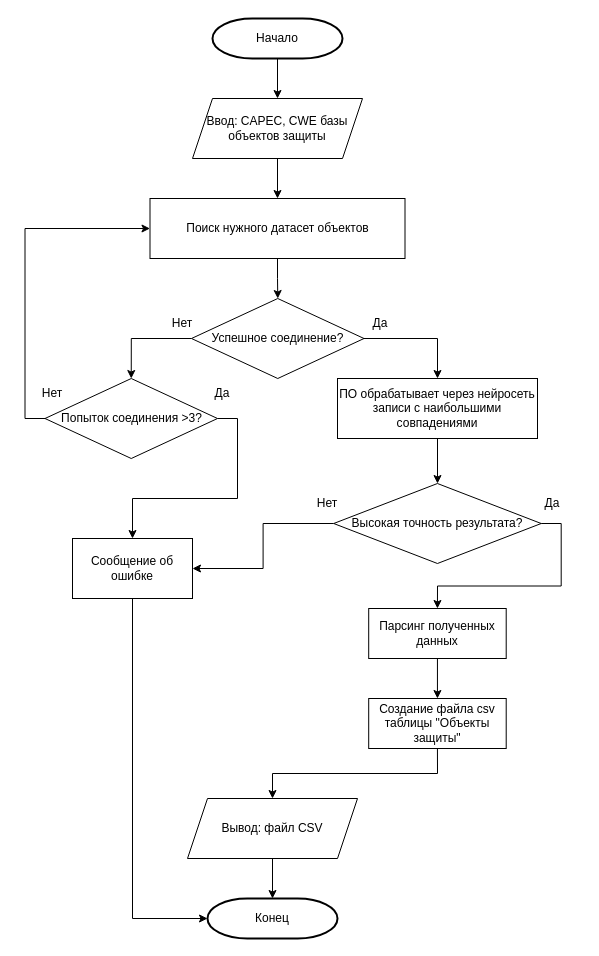
SmirnovBogdan8/Diplom keeps this draw.io diagram as Algorithm_OPZ/(2. ЧП) 1. Алгоритм Генерация объектов защиты.drawio. Above is the earlier version. Source tidied: cells renumbered, new cells numbered last; positions are measured from the earlier drawing's top-left corner, leaving out a move shared by most shapes. Both pictures are drawn from the tidied source at 100%, with x=0, y=0 at pixel (22, 18).
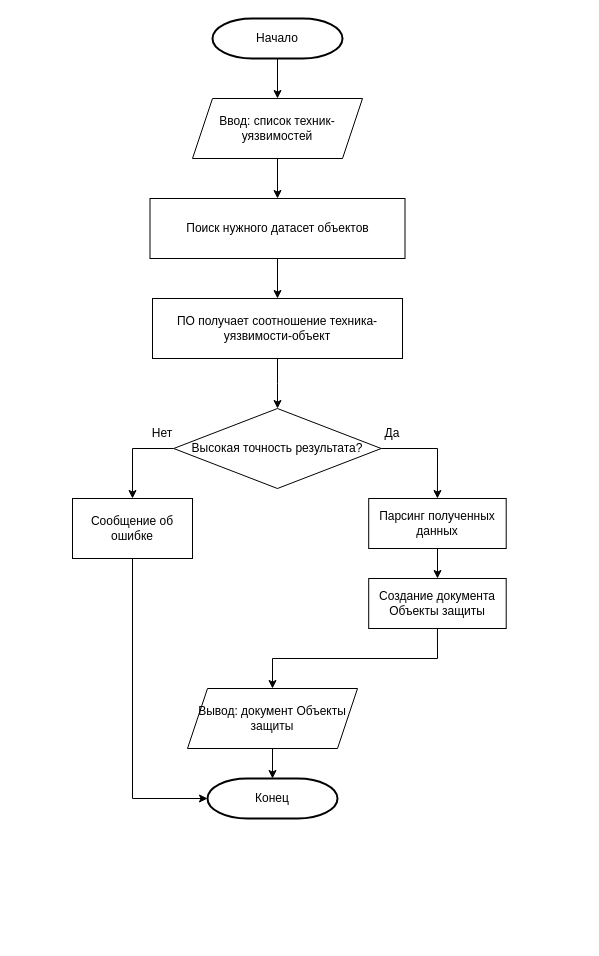
The same page after the edit.

Unchanged cells that the change refers to:
```xml
<mxCell id="8" value="Поиск нужного датасет объектов" style="rounded=0;whiteSpace=wrap;html=1;" parent="1" vertex="1">
  <mxGeometry x="127.5" y="180" width="255" height="60" as="geometry" />
</mxCell>
```

Change to the diagram source:
```diff
@@
     <mxCell id="4" value="Конец" style="strokeWidth=2;html=1;shape=mxgraph.flowchart.terminator;whiteSpace=wrap;" parent="1" vertex="1">
-      <mxGeometry x="185" y="880" width="130" height="40" as="geometry" />
+      <mxGeometry x="185" y="760" width="130" height="40" as="geometry" />
     </mxCell>
@@
-    <mxCell id="6" value="Ввод: CAPEC, CWE базы объектов защиты" style="shape=parallelogram;perimeter=parallelogramPerimeter;whiteSpace=wrap;html=1;fixedSize=1;" parent="1" vertex="1">
+    <mxCell id="6" value="Ввод: список техник-уязвимостей" style="shape=parallelogram;perimeter=parallelogramPerimeter;whiteSpace=wrap;html=1;fixedSize=1;" parent="1" vertex="1">
       <mxGeometry x="170" y="80" width="170" height="60" as="geometry" />
     </mxCell>
-    <mxCell id="7" style="edgeStyle=orthogonalEdgeStyle;rounded=0;jettySize=auto;html=1;" parent="1" edge="1" source="8" target="11">
-      <mxGeometry relative="1" as="geometry" />
-    </mxCell>
@@
-    <mxCell id="9" style="edgeStyle=orthogonalEdgeStyle;rounded=0;jettySize=auto;html=1;exitX=0;exitY=0.5;exitDx=0;exitDy=0;entryX=0.5;entryY=0;entryDx=0;entryDy=0;" parent="1" edge="1" source="11" target="14">
-      <mxGeometry relative="1" as="geometry" />
-    </mxCell>
-    <mxCell id="10" style="edgeStyle=orthogonalEdgeStyle;rounded=0;jettySize=auto;html=1;exitX=1;exitY=0.5;exitDx=0;exitDy=0;entryX=0.5;entryY=0;entryDx=0;entryDy=0;" parent="1" edge="1" source="11" target="18">
+    <mxCell id="10" style="edgeStyle=orthogonalEdgeStyle;rounded=0;jettySize=auto;html=1;exitX=0.5;exitY=1;exitDx=0;exitDy=0;entryX=0.5;entryY=0;entryDx=0;entryDy=0;" parent="1" edge="1" source="8" target="18">
       <mxGeometry relative="1" as="geometry" />
     </mxCell>
-    <mxCell id="11" value="Успешное соединение?" style="rhombus;whiteSpace=wrap;html=1;" parent="1" vertex="1">
-      <mxGeometry x="169" y="280" width="172.5" height="80" as="geometry" />
-    </mxCell>
-    <mxCell id="12" style="edgeStyle=orthogonalEdgeStyle;rounded=0;jettySize=auto;html=1;exitX=1;exitY=0.5;exitDx=0;exitDy=0;entryX=0.5;entryY=0;entryDx=0;entryDy=0;" parent="1" edge="1" source="14" target="15">
-      <mxGeometry relative="1" as="geometry" />
-    </mxCell>
-    <mxCell id="13" style="edgeStyle=orthogonalEdgeStyle;rounded=0;jettySize=auto;html=1;exitX=0;exitY=0.5;exitDx=0;exitDy=0;entryX=0;entryY=0.5;entryDx=0;entryDy=0;" parent="1" edge="1" source="14" target="8">
-      <mxGeometry relative="1" as="geometry" />
-    </mxCell>
-    <mxCell id="14" value="Попыток соединения &amp;gt;3?" style="rhombus;whiteSpace=wrap;html=1;" parent="1" vertex="1">
-      <mxGeometry x="22.5" y="360" width="172.5" height="80" as="geometry" />
-    </mxCell>
     <mxCell id="15" value="Сообщение об ошибке" style="rounded=0;whiteSpace=wrap;html=1;" parent="1" vertex="1">
-      <mxGeometry x="50" y="520" width="120" height="60" as="geometry" />
+      <mxGeometry x="50" y="480" width="120" height="60" as="geometry" />
     </mxCell>
@@
-    <mxCell id="18" value="ПО обрабатывает через нейросеть записи с наибольшими совпадениями" style="rounded=0;whiteSpace=wrap;html=1;" parent="1" vertex="1">
-      <mxGeometry x="315" y="360" width="200" height="60" as="geometry" />
+    <mxCell id="18" value="ПО получает соотношение техника-уязвимости-объект" style="rounded=0;whiteSpace=wrap;html=1;" parent="1" vertex="1">
+      <mxGeometry x="130" y="280" width="250" height="60" as="geometry" />
     </mxCell>
-    <mxCell id="19" style="edgeStyle=orthogonalEdgeStyle;rounded=0;jettySize=auto;html=1;exitX=0;exitY=0.5;exitDx=0;exitDy=0;entryX=1;entryY=0.5;entryDx=0;entryDy=0;" parent="1" edge="1" source="21" target="15">
+    <mxCell id="19" style="edgeStyle=orthogonalEdgeStyle;rounded=0;jettySize=auto;html=1;exitX=0;exitY=0.5;exitDx=0;exitDy=0;entryX=0.5;entryY=0;entryDx=0;entryDy=0;" parent="1" edge="1" source="21" target="15">
       <mxGeometry relative="1" as="geometry" />
     </mxCell>
@@
     <mxCell id="21" value="Высокая точность результата?" style="rhombus;whiteSpace=wrap;html=1;" parent="1" vertex="1">
-      <mxGeometry x="311.2" y="465" width="207.5" height="80" as="geometry" />
+      <mxGeometry x="151.2" y="390" width="207.5" height="80" as="geometry" />
     </mxCell>
@@
     <mxCell id="23" value="Парсинг полученных данных" style="rounded=0;whiteSpace=wrap;html=1;" parent="1" vertex="1">
-      <mxGeometry x="346.2" y="590" width="137.5" height="50" as="geometry" />
+      <mxGeometry x="346.2" y="480" width="137.5" height="50" as="geometry" />
     </mxCell>
@@
-    <mxCell id="25" value="Создание файла csv таблицы &quot;Объекты защиты&quot;" style="rounded=0;whiteSpace=wrap;html=1;" parent="1" vertex="1">
-      <mxGeometry x="346.2" y="680" width="137.5" height="50" as="geometry" />
+    <mxCell id="25" value="Создание документа Объекты защиты" style="rounded=0;whiteSpace=wrap;html=1;" parent="1" vertex="1">
+      <mxGeometry x="346.2" y="560" width="137.5" height="50" as="geometry" />
     </mxCell>
@@
-    <mxCell id="27" value="Вывод: файл CSV" style="shape=parallelogram;perimeter=parallelogramPerimeter;whiteSpace=wrap;html=1;fixedSize=1;" parent="1" vertex="1">
-      <mxGeometry x="165" y="780" width="170" height="60" as="geometry" />
+    <mxCell id="27" value="Вывод: документ Объекты защиты" style="shape=parallelogram;perimeter=parallelogramPerimeter;whiteSpace=wrap;html=1;fixedSize=1;" parent="1" vertex="1">
+      <mxGeometry x="165" y="670" width="170" height="60" as="geometry" />
     </mxCell>
-    <mxCell id="28" value="Да" style="text;html=1;align=center;verticalAlign=middle;whiteSpace=wrap;rounded=0;" parent="1" vertex="1">
-      <mxGeometry x="327.5" y="290" width="60" height="30" as="geometry" />
-    </mxCell>
-    <mxCell id="29" value="Нет" style="text;html=1;align=center;verticalAlign=middle;whiteSpace=wrap;rounded=0;" parent="1" vertex="1">
-      <mxGeometry x="130" y="290" width="60" height="30" as="geometry" />
-    </mxCell>
     <mxCell id="30" value="Да" style="text;html=1;align=center;verticalAlign=middle;whiteSpace=wrap;rounded=0;" parent="1" vertex="1">
-      <mxGeometry x="500" y="470" width="60" height="30" as="geometry" />
+      <mxGeometry x="340" y="400" width="60" height="30" as="geometry" />
     </mxCell>
     <mxCell id="31" value="Нет" style="text;html=1;align=center;verticalAlign=middle;whiteSpace=wrap;rounded=0;" parent="1" vertex="1">
-      <mxGeometry x="275" y="470" width="60" height="30" as="geometry" />
+      <mxGeometry x="110" y="400" width="60" height="30" as="geometry" />
     </mxCell>
-    <mxCell id="32" value="Нет" style="text;html=1;align=center;verticalAlign=middle;whiteSpace=wrap;rounded=0;" parent="1" vertex="1">
-      <mxGeometry y="360" width="60" height="30" as="geometry" />
-    </mxCell>
-    <mxCell id="33" value="Да" style="text;html=1;align=center;verticalAlign=middle;whiteSpace=wrap;rounded=0;" parent="1" vertex="1">
-      <mxGeometry x="170" y="360" width="60" height="30" as="geometry" />
-    </mxCell>
```
